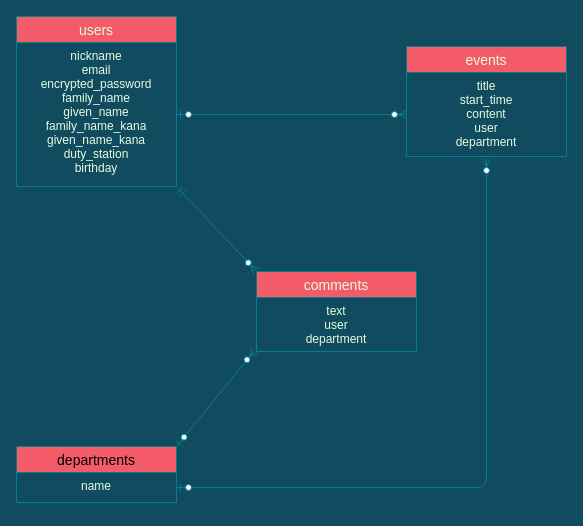
EitaIchinose/powu keeps this draw.io diagram as powu.dio. Above is the earlier version. Source tidied: cells renumbered, new cells numbered last; positions are measured from the earlier drawing's top-left corner, leaving out a move shared by most shapes. Both pictures are drawn from the tidied source at 100%, with x=0, y=0 at pixel (16, 16).
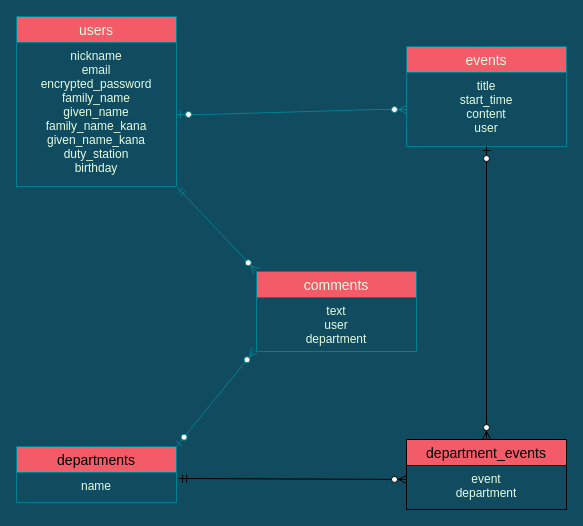
Above is the later version.

Commit message (it also covers changes not shown here):
department_eventsテーブル作成

What changed in the source:
```diff
@@
 <mxGraphModel background="#114B5F">
   <root>
     <mxCell id="0" />
     <mxCell id="1" parent="0" />
     <mxCell id="2" value="users" style="swimlane;fontStyle=0;horizontal=1;startSize=26;align=center;fontSize=14;fillColor=#F45B69;strokeColor=#028090;fontColor=#E4FDE1;" parent="1" vertex="1">
       <mxGeometry width="160" height="170" as="geometry" />
     </mxCell>
     <mxCell id="3" value="nickname&#10;email&#10;encrypted_password&#10;family_name&#10;given_name&#10;family_name_kana&#10;given_name_kana&#10;duty_station&#10;birthday" style="text;strokeColor=none;fillColor=none;spacingLeft=4;spacingRight=4;overflow=hidden;points=[[0,0.5],[1,0.5]];portConstraint=eastwest;fontSize=12;align=center;fontColor=#E4FDE1;" parent="2" vertex="1">
       <mxGeometry y="26" width="160" height="144" as="geometry" />
     </mxCell>
     <mxCell id="4" value="events" style="swimlane;fontStyle=0;horizontal=1;startSize=26;align=center;fontSize=14;fillColor=#F45B69;strokeColor=#028090;fontColor=#E4FDE1;" parent="1" vertex="1">
-      <mxGeometry x="390" y="30" width="160" height="110" as="geometry" />
+      <mxGeometry x="390" y="30" width="160" height="100" as="geometry" />
     </mxCell>
-    <mxCell id="5" value="title&#10;start_time&#10;content&#10;user&#10;department" style="text;strokeColor=none;fillColor=none;spacingLeft=4;spacingRight=4;overflow=hidden;points=[[0,0.5],[1,0.5]];portConstraint=eastwest;fontSize=12;fontColor=#E4FDE1;align=center;" parent="4" vertex="1">
-      <mxGeometry y="26" width="160" height="84" as="geometry" />
+    <mxCell id="5" value="title&#10;start_time&#10;content&#10;user" style="text;strokeColor=none;fillColor=none;spacingLeft=4;spacingRight=4;overflow=hidden;points=[[0,0.5],[1,0.5]];portConstraint=eastwest;fontSize=12;fontColor=#E4FDE1;align=center;" parent="4" vertex="1">
+      <mxGeometry y="26" width="160" height="74" as="geometry" />
     </mxCell>
     <mxCell id="6" value="comments" style="swimlane;fontStyle=0;horizontal=1;startSize=26;align=center;fontSize=14;fillColor=#F45B69;strokeColor=#028090;fontColor=#E4FDE1;" parent="1" vertex="1">
       <mxGeometry x="240" y="255" width="160" height="80" as="geometry" />
     </mxCell>
     <mxCell id="7" value="text&#10;user&#10;department" style="text;strokeColor=none;fillColor=none;spacingLeft=4;spacingRight=4;overflow=hidden;points=[[0,0.5],[1,0.5]];portConstraint=eastwest;fontSize=12;fontColor=#E4FDE1;align=center;" parent="6" vertex="1">
       <mxGeometry y="26" width="160" height="54" as="geometry" />
     </mxCell>
     <mxCell id="8" value="departments" style="swimlane;fontStyle=0;horizontal=1;startSize=26;align=center;fontSize=14;rounded=0;sketch=0;strokeColor=#028090;fillColor=#F45B69;" parent="1" vertex="1">
       <mxGeometry y="430" width="160" height="56" as="geometry" />
     </mxCell>
     <mxCell id="9" value="name" style="text;strokeColor=none;fillColor=none;spacingLeft=4;spacingRight=4;overflow=hidden;points=[[0,0.5],[1,0.5]];portConstraint=eastwest;fontSize=12;align=center;fontColor=#E4FDE1;" parent="8" vertex="1">
       <mxGeometry y="26" width="160" height="30" as="geometry" />
     </mxCell>
     <mxCell id="10" style="edgeStyle=entityRelationEdgeStyle;fontSize=12;html=1;endArrow=ERzeroToMany;startArrow=ERzeroToOne;strokeColor=#028090;fillColor=#F45B69;exitX=1;exitY=0.5;exitDx=0;exitDy=0;entryX=0;entryY=0.5;entryDx=0;entryDy=0;" parent="1" edge="1" source="3" target="5">
       <mxGeometry relative="1" as="geometry" />
     </mxCell>
     <mxCell id="11" style="fontSize=12;html=1;endArrow=ERzeroToMany;startArrow=ERmandOne;strokeColor=#028090;fillColor=#F45B69;align=left;entryX=0;entryY=0;entryDx=0;entryDy=0;exitX=1.006;exitY=1.007;exitDx=0;exitDy=0;exitPerimeter=0;" parent="1" edge="1" source="3" target="6">
       <mxGeometry relative="1" as="geometry" />
     </mxCell>
     <mxCell id="12" style="fontSize=12;html=1;endArrow=ERzeroToMany;startArrow=ERzeroToOne;strokeColor=#028090;fillColor=#F45B69;align=left;entryX=-0.012;entryY=0.981;entryDx=0;entryDy=0;entryPerimeter=0;exitX=1;exitY=0;exitDx=0;exitDy=0;" parent="1" edge="1" source="8" target="7">
       <mxGeometry relative="1" as="geometry" />
     </mxCell>
-    <mxCell id="13" style="edgeStyle=orthogonalEdgeStyle;fontSize=12;html=1;endArrow=ERzeroToMany;startArrow=ERzeroToOne;strokeColor=#028090;fillColor=#F45B69;align=left;exitX=1;exitY=0.5;exitDx=0;exitDy=0;entryX=0.5;entryY=1.024;entryDx=0;entryDy=0;entryPerimeter=0;" parent="1" edge="1" source="9" target="5">
-      <mxGeometry relative="1" as="geometry">
-        <Array as="points">
-          <mxPoint x="470" y="471" />
-        </Array>
-      </mxGeometry>
-    </mxCell>
+    <mxCell id="14" value="department_events" style="swimlane;fontStyle=0;horizontal=1;startSize=26;align=center;fontSize=14;fillColor=#F45B69;" parent="1" vertex="1">
+      <mxGeometry x="390" y="423" width="160" height="70" as="geometry" />
+    </mxCell>
+    <mxCell id="15" value="event&#10;department" style="text;strokeColor=none;fillColor=none;spacingLeft=4;spacingRight=4;overflow=hidden;points=[[0,0.5],[1,0.5]];portConstraint=eastwest;fontSize=12;align=center;fontColor=#E4FDE1;" parent="14" vertex="1">
+      <mxGeometry y="26" width="160" height="44" as="geometry" />
+    </mxCell>
+    <mxCell id="16" style="fontSize=12;html=1;endArrow=ERzeroToMany;startArrow=ERmandOne;exitX=1.013;exitY=0.2;exitDx=0;exitDy=0;exitPerimeter=0;entryX=0;entryY=0.318;entryDx=0;entryDy=0;entryPerimeter=0;" parent="1" edge="1" source="9" target="15">
+      <mxGeometry relative="1" as="geometry" />
+    </mxCell>
+    <mxCell id="17" style="fontSize=12;html=1;endArrow=ERzeroToMany;startArrow=ERzeroToOne;entryX=0.5;entryY=0;entryDx=0;entryDy=0;" parent="1" edge="1" source="5" target="14">
+      <mxGeometry relative="1" as="geometry" />
+    </mxCell>
   </root>
 </mxGraphModel>
```
